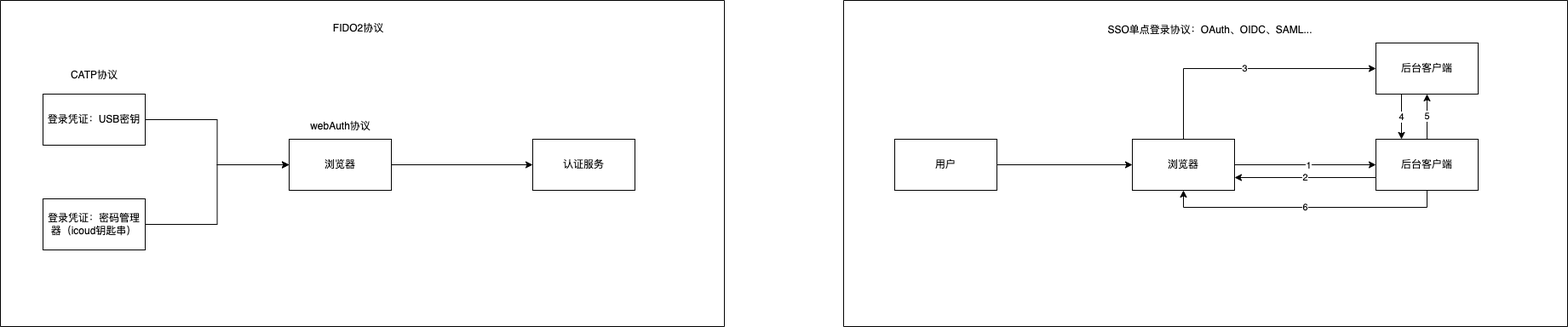
Before: IAM:协议总览.drawio.png, a diagram exported from draw.io (JYbill/draw). Source tidied: cells renumbered, new cells last; positions are measured from the earlier drawing's top-left corner, leaving out a move shared by most shapes.
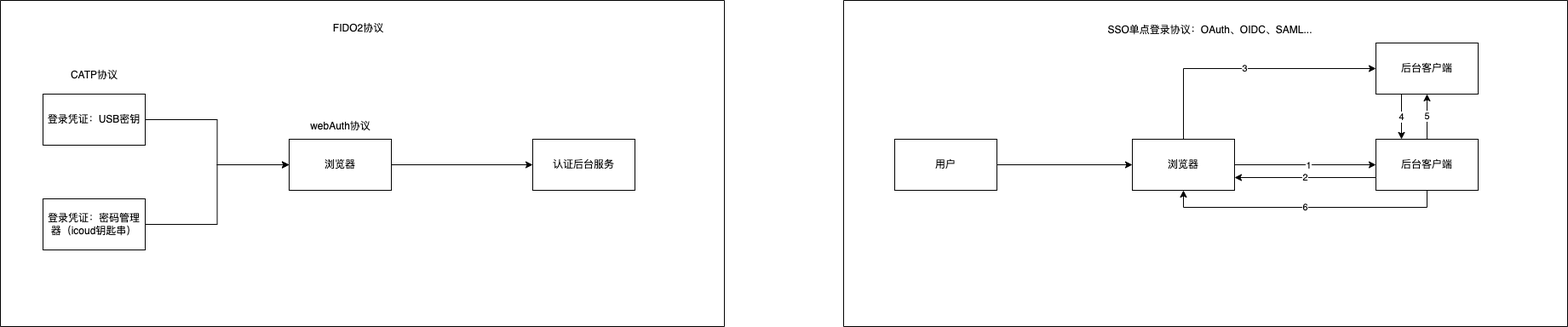
Later version of the same file.

Commit message:
更新IAM:协议总览.drawio.png

What changed in the source:
```diff
@@ -26,7 +26,7 @@
     <mxCell id="9" value="浏览器" style="rounded=0;whiteSpace=wrap;html=1;" parent="4" vertex="1">
       <mxGeometry x="339" y="163" width="120" height="60" as="geometry" />
     </mxCell>
-    <mxCell id="10" value="认证服务" style="rounded=0;whiteSpace=wrap;html=1;" parent="4" vertex="1">
+    <mxCell id="10" value="认证后台服务" style="rounded=0;whiteSpace=wrap;html=1;" parent="4" vertex="1">
       <mxGeometry x="625" y="163" width="120" height="60" as="geometry" />
     </mxCell>
     <mxCell id="11" style="edgeStyle=orthogonalEdgeStyle;rounded=0;jettySize=auto;html=1;exitX=1;exitY=0.5;exitDx=0;exitDy=0;" parent="4" edge="1" source="9" target="10">
```
